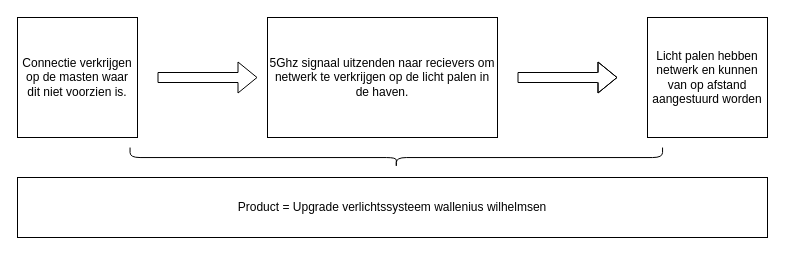
This is Documentatie/Algemene info/Diagram zonder titel.drawio from vives-project-xp/UpgradeVerlichtingsysteem, a draw.io file, before an edit. Source tidied: cells renumbered, new cells numbered last; positions are measured from the earlier drawing's top-left corner, leaving out a move shared by most shapes. Both pictures are drawn from the tidied source at 100%, with x=0, y=0 at pixel (17, -109).
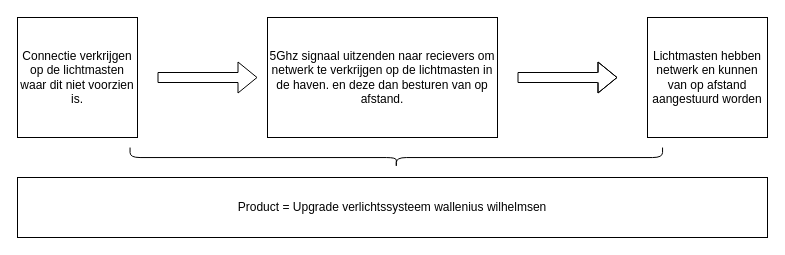
After the change.

Commit message:
Product design v2 drawio bijwerken

Change to the diagram source:
```diff
@@
 <mxGraphModel>
   <root>
     <mxCell id="0" />
     <mxCell id="1" parent="0" />
-    <mxCell id="2" value="Connectie verkrijgen op de masten waar dit niet voorzien is." style="whiteSpace=wrap;html=1;" parent="1" vertex="1">
+    <mxCell id="2" value="Connectie verkrijgen op de lichtmasten waar dit niet voorzien is." style="whiteSpace=wrap;html=1;" parent="1" vertex="1">
       <mxGeometry y="126" width="120" height="120" as="geometry" />
     </mxCell>
     <mxCell id="3" style="shape=flexArrow;endArrow=classic;html=1;rounded=0;" parent="1" edge="1">
       <mxGeometry relative="1" as="geometry">
         <mxPoint x="140" y="186" as="sourcePoint" />
         <mxPoint x="240" y="186" as="targetPoint" />
       </mxGeometry>
     </mxCell>
-    <mxCell id="4" value="5Ghz signaal uitzenden naar recievers om netwerk te verkrijgen op de licht palen in de haven." style="rounded=0;whiteSpace=wrap;html=1;" parent="1" vertex="1">
+    <mxCell id="4" value="5Ghz signaal uitzenden naar recievers om netwerk te verkrijgen op de lichtmasten in de haven. en deze dan besturen van op afstand." style="rounded=0;whiteSpace=wrap;html=1;" parent="1" vertex="1">
       <mxGeometry x="250" y="126" width="230" height="120" as="geometry" />
     </mxCell>
     <mxCell id="5" style="shape=flexArrow;endArrow=classic;html=1;rounded=0;" parent="1" edge="1">
       <mxGeometry relative="1" as="geometry">
         <mxPoint x="500" y="186" as="sourcePoint" />
         <mxPoint x="600" y="186" as="targetPoint" />
         <Array as="points">
           <mxPoint x="580" y="186" />
         </Array>
       </mxGeometry>
     </mxCell>
-    <mxCell id="6" value="Licht palen hebben netwerk en kunnen van op afstand aangestuurd worden" style="rounded=0;whiteSpace=wrap;html=1;" parent="1" vertex="1">
+    <mxCell id="6" value="Lichtmasten hebben netwerk en kunnen van op afstand aangestuurd worden" style="rounded=0;whiteSpace=wrap;html=1;" parent="1" vertex="1">
       <mxGeometry x="630" y="126" width="120" height="120" as="geometry" />
     </mxCell>
     <mxCell id="7" value="Product = Upgrade verlichtssysteem wallenius wilhelmsen" style="rounded=0;whiteSpace=wrap;html=1;" parent="1" vertex="1">
       <mxGeometry y="286" width="750" height="60" as="geometry" />
     </mxCell>
     <mxCell id="8" style="shape=curlyBracket;whiteSpace=wrap;html=1;rounded=1;flipH=1;labelPosition=right;verticalLabelPosition=middle;align=left;verticalAlign=middle;rotation=90;" parent="1" vertex="1">
       <mxGeometry x="368.8" y="-0.2" width="20" height="532.5" as="geometry" />
     </mxCell>
   </root>
 </mxGraphModel>
```
